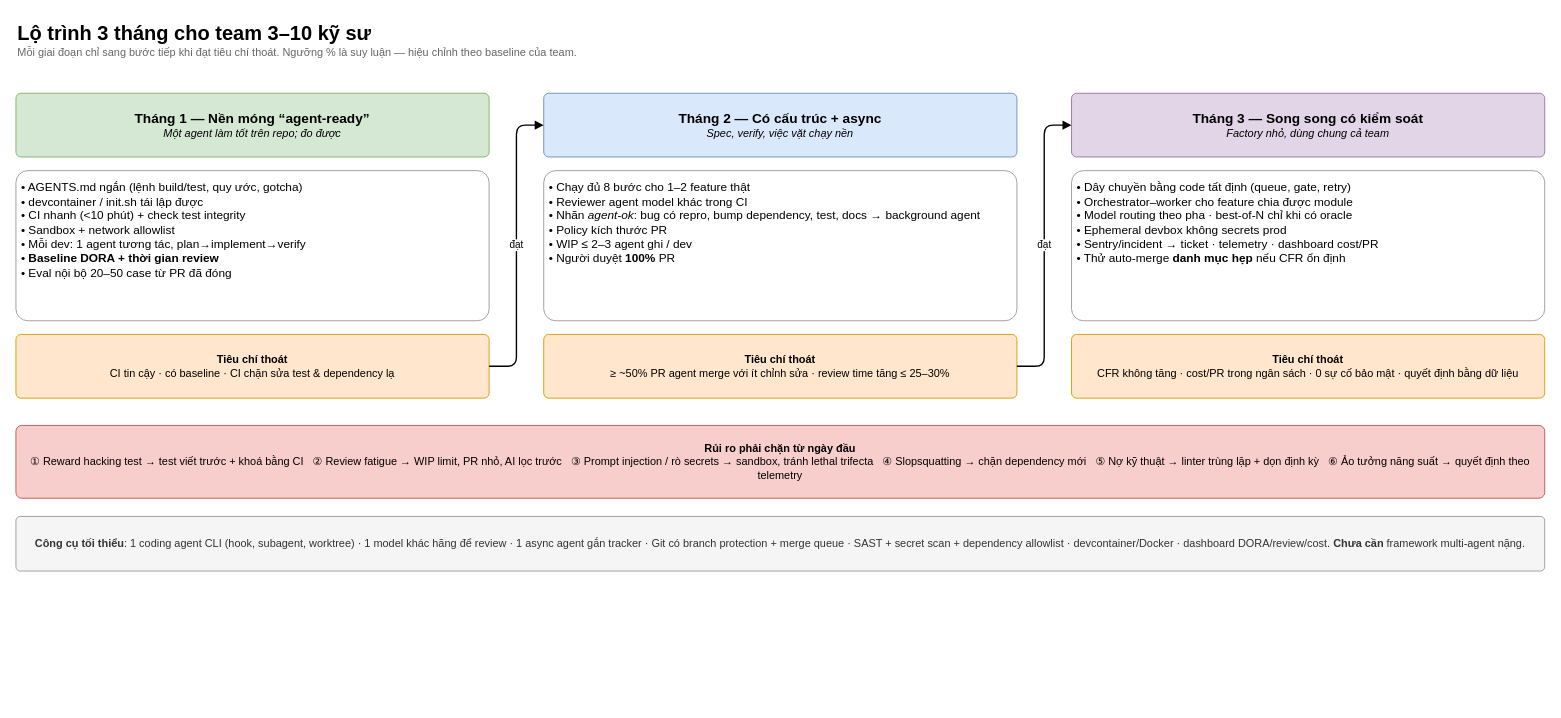
The draw.io diagram page "3. Lộ trình 3 tháng" (3 of 5) of diagrams/software-factory.drawio in tinhthanh/software-factory-research, before the edit. Source tidied: cells renumbered, new cells numbered last; positions are measured from the earlier drawing's top-left corner, leaving out a move shared by most shapes. Both pictures are drawn from the tidied source at 91%, with x=0, y=0 at pixel (15, 15).
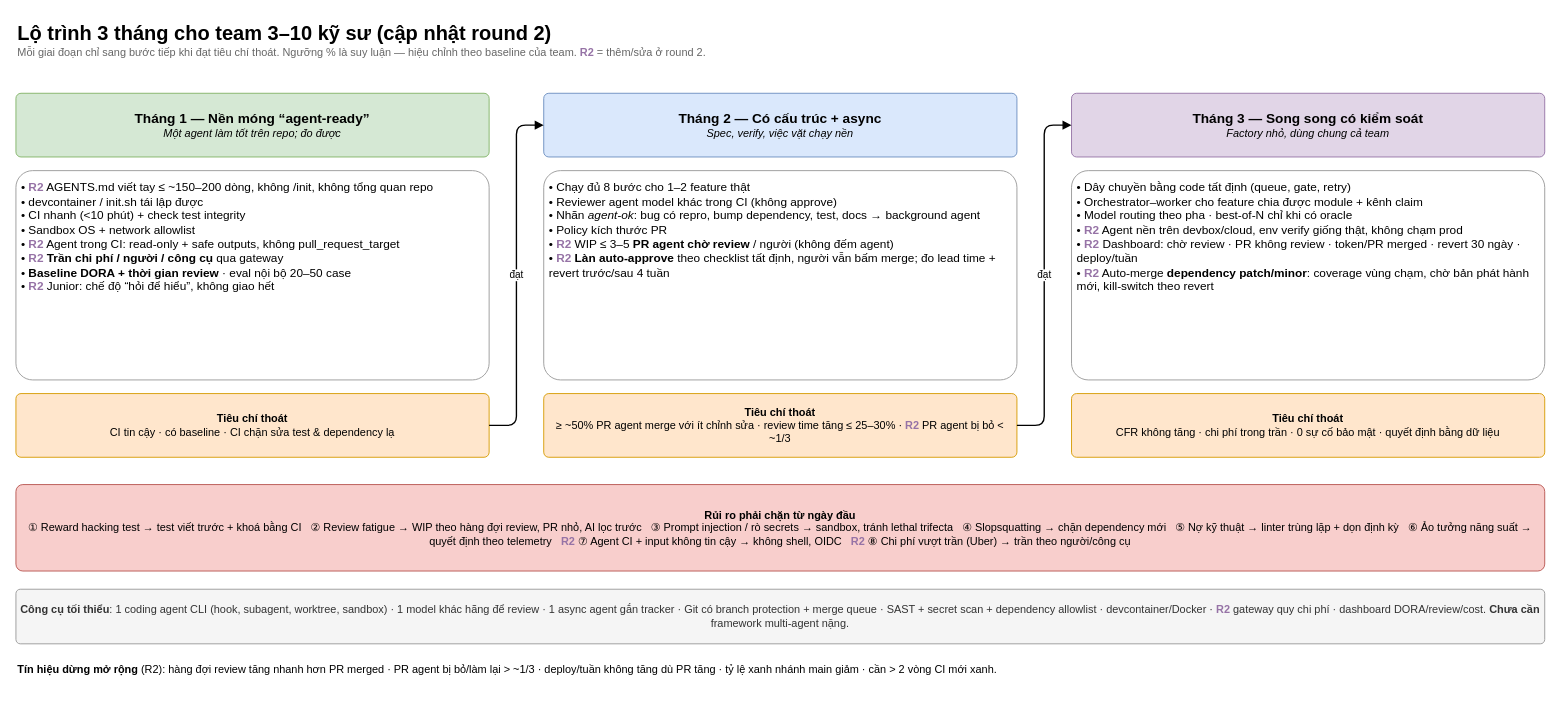
The same page after the edit.

Commit message (it also covers changes not shown here):
docs(diagrams): update draw.io to round 2 findings, add page 5

Unchanged cells that the change refers to:
```xml
<mxCell id="6" value="&lt;b style='font-size:15px'&gt;Tháng 2 — Có cấu trúc + async&lt;/b&gt;&lt;br&gt;&lt;i&gt;Spec, verify, việc vặt chạy nền&lt;/i&gt;" style="rounded=1;whiteSpace=wrap;html=1;arcSize=8;fontSize=12;spacing=6;fillColor=#dae8fc;strokeColor=#6c8ebf;" parent="1" vertex="1">
  <mxGeometry x="580" y="85" width="520" height="70" as="geometry" />
</mxCell>
<mxCell id="10" value="&lt;b style='font-size:15px'&gt;Tháng 3 — Song song có kiểm soát&lt;/b&gt;&lt;br&gt;&lt;i&gt;Factory nhỏ, dùng chung cả team&lt;/i&gt;" style="rounded=1;whiteSpace=wrap;html=1;arcSize=8;fontSize=12;spacing=6;fillColor=#e1d5e7;strokeColor=#9673a6;" parent="1" vertex="1">
  <mxGeometry x="1160" y="85" width="520" height="70" as="geometry" />
</mxCell>
```

Diff of the diagram source:
```diff
@@
-    <mxCell id="2" value="&lt;b style='font-size:22px'&gt;Lộ trình 3 tháng cho team 3–10 kỹ sư&lt;/b&gt;&lt;br&gt;&lt;span style='color:#666'&gt;Mỗi giai đoạn chỉ sang bước tiếp khi đạt tiêu chí thoát. Ngưỡng % là suy luận — hiệu chỉnh theo baseline của team.&lt;/span&gt;" style="text;html=1;whiteSpace=wrap;align=left;verticalAlign=top;fontSize=12;" parent="1" vertex="1">
+    <mxCell id="2" value="&lt;b style='font-size:22px'&gt;Lộ trình 3 tháng cho team 3–10 kỹ sư (cập nhật round 2)&lt;/b&gt;&lt;br&gt;&lt;span style='color:#666'&gt;Mỗi giai đoạn chỉ sang bước tiếp khi đạt tiêu chí thoát. Ngưỡng % là suy luận — hiệu chỉnh theo baseline của team. &lt;b style='color:#9673a6'&gt;R2&lt;/b&gt; = thêm/sửa ở round 2.&lt;/span&gt;" style="text;html=1;whiteSpace=wrap;align=left;verticalAlign=top;fontSize=12;" parent="1" vertex="1">
       <mxGeometry width="1500" height="60" as="geometry" />
     </mxCell>
@@
-    <mxCell id="4" value="&lt;div style='text-align:left'&gt;• AGENTS.md ngắn (lệnh build/test, quy ước, gotcha)&lt;br&gt;• devcontainer / init.sh tái lập được&lt;br&gt;• CI nhanh (&amp;lt;10 phút) + check test integrity&lt;br&gt;• Sandbox + network allowlist&lt;br&gt;• Mỗi dev: 1 agent tương tác, plan→implement→verify&lt;br&gt;• &lt;b&gt;Baseline DORA + thời gian review&lt;/b&gt;&lt;br&gt;• Eval nội bộ 20–50 case từ PR đã đóng&lt;/div&gt;" style="rounded=1;whiteSpace=wrap;html=1;arcSize=8;fontSize=12;spacing=6;fillColor=#ffffff;strokeColor=#999999;align=left;verticalAlign=top;fontSize=13;" parent="1" vertex="1">
-      <mxGeometry y="170" width="520" height="165" as="geometry" />
+    <mxCell id="4" value="&lt;div style='text-align:left'&gt;• &lt;b style='color:#9673a6'&gt;R2&lt;/b&gt; AGENTS.md viết tay ≤ ~150–200 dòng, không /init, không tổng quan repo&lt;br&gt;• devcontainer / init.sh tái lập được&lt;br&gt;• CI nhanh (&amp;lt;10 phút) + check test integrity&lt;br&gt;• Sandbox OS + network allowlist&lt;br&gt;• &lt;b style='color:#9673a6'&gt;R2&lt;/b&gt; Agent trong CI: read-only + safe outputs, không pull_request_target&lt;br&gt;• &lt;b style='color:#9673a6'&gt;R2&lt;/b&gt; &lt;b&gt;Trần chi phí / người / công cụ&lt;/b&gt; qua gateway&lt;br&gt;• &lt;b&gt;Baseline DORA + thời gian review&lt;/b&gt; · eval nội bộ 20–50 case&lt;br&gt;• &lt;b style='color:#9673a6'&gt;R2&lt;/b&gt; Junior: chế độ “hỏi để hiểu”, không giao hết&lt;/div&gt;" style="rounded=1;whiteSpace=wrap;html=1;arcSize=8;fontSize=12;spacing=6;fillColor=#ffffff;strokeColor=#999999;align=left;verticalAlign=top;fontSize=13;" parent="1" vertex="1">
+      <mxGeometry y="170" width="520" height="230" as="geometry" />
     </mxCell>
     <mxCell id="5" value="&lt;b&gt;Tiêu chí thoát&lt;/b&gt;&lt;br&gt;CI tin cậy · có baseline · CI chặn sửa test &amp; dependency lạ" style="rounded=1;whiteSpace=wrap;html=1;arcSize=8;fontSize=12;spacing=6;fillColor=#ffe6cc;strokeColor=#d79b00;" parent="1" vertex="1">
-      <mxGeometry y="350" width="520" height="70" as="geometry" />
+      <mxGeometry y="415" width="520" height="70" as="geometry" />
     </mxCell>
@@
-    <mxCell id="7" value="&lt;div style='text-align:left'&gt;• Chạy đủ 8 bước cho 1–2 feature thật&lt;br&gt;• Reviewer agent model khác trong CI&lt;br&gt;• Nhãn &lt;i&gt;agent-ok&lt;/i&gt;: bug có repro, bump dependency, test, docs → background agent&lt;br&gt;• Policy kích thước PR&lt;br&gt;• WIP ≤ 2–3 agent ghi / dev&lt;br&gt;• Người duyệt &lt;b&gt;100%&lt;/b&gt; PR&lt;/div&gt;" style="rounded=1;whiteSpace=wrap;html=1;arcSize=8;fontSize=12;spacing=6;fillColor=#ffffff;strokeColor=#999999;align=left;verticalAlign=top;fontSize=13;" parent="1" vertex="1">
-      <mxGeometry x="580" y="170" width="520" height="165" as="geometry" />
+    <mxCell id="7" value="&lt;div style='text-align:left'&gt;• Chạy đủ 8 bước cho 1–2 feature thật&lt;br&gt;• Reviewer agent model khác trong CI (không approve)&lt;br&gt;• Nhãn &lt;i&gt;agent-ok&lt;/i&gt;: bug có repro, bump dependency, test, docs → background agent&lt;br&gt;• Policy kích thước PR&lt;br&gt;• &lt;b style='color:#9673a6'&gt;R2&lt;/b&gt; WIP ≤ 3–5 &lt;b&gt;PR agent chờ review&lt;/b&gt; / người (không đếm agent)&lt;br&gt;• &lt;b style='color:#9673a6'&gt;R2&lt;/b&gt; &lt;b&gt;Làn auto-approve&lt;/b&gt; theo checklist tất định, người vẫn bấm merge; đo lead time + revert trước/sau 4 tuần&lt;/div&gt;" style="rounded=1;whiteSpace=wrap;html=1;arcSize=8;fontSize=12;spacing=6;fillColor=#ffffff;strokeColor=#999999;align=left;verticalAlign=top;fontSize=13;" parent="1" vertex="1">
+      <mxGeometry x="580" y="170" width="520" height="230" as="geometry" />
     </mxCell>
-    <mxCell id="8" value="&lt;b&gt;Tiêu chí thoát&lt;/b&gt;&lt;br&gt;≥ ~50% PR agent merge với ít chỉnh sửa · review time tăng ≤ 25–30%" style="rounded=1;whiteSpace=wrap;html=1;arcSize=8;fontSize=12;spacing=6;fillColor=#ffe6cc;strokeColor=#d79b00;" parent="1" vertex="1">
-      <mxGeometry x="580" y="350" width="520" height="70" as="geometry" />
+    <mxCell id="8" value="&lt;b&gt;Tiêu chí thoát&lt;/b&gt;&lt;br&gt;≥ ~50% PR agent merge với ít chỉnh sửa · review time tăng ≤ 25–30% · &lt;b style='color:#9673a6'&gt;R2&lt;/b&gt; PR agent bị bỏ &amp;lt; ~1/3" style="rounded=1;whiteSpace=wrap;html=1;arcSize=8;fontSize=12;spacing=6;fillColor=#ffe6cc;strokeColor=#d79b00;" parent="1" vertex="1">
+      <mxGeometry x="580" y="415" width="520" height="70" as="geometry" />
     </mxCell>
     <mxCell id="9" value="đạt" style="edgeStyle=orthogonalEdgeStyle;rounded=1;html=1;fontSize=11;endArrow=block;endFill=1;strokeWidth=1.5;" parent="1" edge="1" source="5" target="6">
       <mxGeometry relative="1" as="geometry">
         <Array as="points">
-          <mxPoint x="550" y="385" />
+          <mxPoint x="550" y="450" />
           <mxPoint x="550" y="120" />
         </Array>
       </mxGeometry>
     </mxCell>
@@
-    <mxCell id="11" value="&lt;div style='text-align:left'&gt;• Dây chuyền bằng code tất định (queue, gate, retry)&lt;br&gt;• Orchestrator–worker cho feature chia được module&lt;br&gt;• Model routing theo pha · best-of-N chỉ khi có oracle&lt;br&gt;• Ephemeral devbox không secrets prod&lt;br&gt;• Sentry/incident → ticket · telemetry · dashboard cost/PR&lt;br&gt;• Thử auto-merge &lt;b&gt;danh mục hẹp&lt;/b&gt; nếu CFR ổn định&lt;/div&gt;" style="rounded=1;whiteSpace=wrap;html=1;arcSize=8;fontSize=12;spacing=6;fillColor=#ffffff;strokeColor=#999999;align=left;verticalAlign=top;fontSize=13;" parent="1" vertex="1">
-      <mxGeometry x="1160" y="170" width="520" height="165" as="geometry" />
+    <mxCell id="11" value="&lt;div style='text-align:left'&gt;• Dây chuyền bằng code tất định (queue, gate, retry)&lt;br&gt;• Orchestrator–worker cho feature chia được module + kênh claim&lt;br&gt;• Model routing theo pha · best-of-N chỉ khi có oracle&lt;br&gt;• &lt;b style='color:#9673a6'&gt;R2&lt;/b&gt; Agent nền trên devbox/cloud, env verify giống thật, không chạm prod&lt;br&gt;• &lt;b style='color:#9673a6'&gt;R2&lt;/b&gt; Dashboard: chờ review · PR không review · token/PR merged · revert 30 ngày · deploy/tuần&lt;br&gt;• &lt;b style='color:#9673a6'&gt;R2&lt;/b&gt; Auto-merge &lt;b&gt;dependency patch/minor&lt;/b&gt;: coverage vùng chạm, chờ bản phát hành mới, kill-switch theo revert&lt;/div&gt;" style="rounded=1;whiteSpace=wrap;html=1;arcSize=8;fontSize=12;spacing=6;fillColor=#ffffff;strokeColor=#999999;align=left;verticalAlign=top;fontSize=13;" parent="1" vertex="1">
+      <mxGeometry x="1160" y="170" width="520" height="230" as="geometry" />
     </mxCell>
-    <mxCell id="12" value="&lt;b&gt;Tiêu chí thoát&lt;/b&gt;&lt;br&gt;CFR không tăng · cost/PR trong ngân sách · 0 sự cố bảo mật · quyết định bằng dữ liệu" style="rounded=1;whiteSpace=wrap;html=1;arcSize=8;fontSize=12;spacing=6;fillColor=#ffe6cc;strokeColor=#d79b00;" parent="1" vertex="1">
-      <mxGeometry x="1160" y="350" width="520" height="70" as="geometry" />
+    <mxCell id="12" value="&lt;b&gt;Tiêu chí thoát&lt;/b&gt;&lt;br&gt;CFR không tăng · chi phí trong trần · 0 sự cố bảo mật · quyết định bằng dữ liệu" style="rounded=1;whiteSpace=wrap;html=1;arcSize=8;fontSize=12;spacing=6;fillColor=#ffe6cc;strokeColor=#d79b00;" parent="1" vertex="1">
+      <mxGeometry x="1160" y="415" width="520" height="70" as="geometry" />
     </mxCell>
     <mxCell id="13" value="đạt" style="edgeStyle=orthogonalEdgeStyle;rounded=1;html=1;fontSize=11;endArrow=block;endFill=1;strokeWidth=1.5;" parent="1" edge="1" source="8" target="10">
       <mxGeometry relative="1" as="geometry">
         <Array as="points">
-          <mxPoint x="1130" y="385" />
+          <mxPoint x="1130" y="450" />
           <mxPoint x="1130" y="120" />
         </Array>
       </mxGeometry>
     </mxCell>
-    <mxCell id="14" value="&lt;b&gt;Rủi ro phải chặn từ ngày đầu&lt;/b&gt;&lt;br&gt;① Reward hacking test → test viết trước + khoá bằng CI &amp;nbsp; ② Review fatigue → WIP limit, PR nhỏ, AI lọc trước &amp;nbsp; ③ Prompt injection / rò secrets → sandbox, tránh lethal trifecta &amp;nbsp; ④ Slopsquatting → chặn dependency mới &amp;nbsp; ⑤ Nợ kỹ thuật → linter trùng lặp + dọn định kỳ &amp;nbsp; ⑥ Ảo tưởng năng suất → quyết định theo telemetry" style="rounded=1;whiteSpace=wrap;html=1;arcSize=8;fontSize=12;spacing=6;fillColor=#f8cecc;strokeColor=#b85450;" parent="1" vertex="1">
-      <mxGeometry y="450" width="1680" height="80" as="geometry" />
+    <mxCell id="14" value="&lt;b&gt;Rủi ro phải chặn từ ngày đầu&lt;/b&gt;&lt;br&gt;① Reward hacking test → test viết trước + khoá bằng CI &amp;nbsp; ② Review fatigue → WIP theo hàng đợi review, PR nhỏ, AI lọc trước &amp;nbsp; ③ Prompt injection / rò secrets → sandbox, tránh lethal trifecta &amp;nbsp; ④ Slopsquatting → chặn dependency mới &amp;nbsp; ⑤ Nợ kỹ thuật → linter trùng lặp + dọn định kỳ &amp;nbsp; ⑥ Ảo tưởng năng suất → quyết định theo telemetry &amp;nbsp; &lt;b style='color:#9673a6'&gt;R2&lt;/b&gt; ⑦ Agent CI + input không tin cậy → không shell, OIDC &amp;nbsp; &lt;b style='color:#9673a6'&gt;R2&lt;/b&gt; ⑧ Chi phí vượt trần (Uber) → trần theo người/công cụ" style="rounded=1;whiteSpace=wrap;html=1;arcSize=8;fontSize=12;spacing=6;fillColor=#f8cecc;strokeColor=#b85450;" parent="1" vertex="1">
+      <mxGeometry y="515" width="1680" height="95" as="geometry" />
     </mxCell>
-    <mxCell id="15" value="&lt;b&gt;Công cụ tối thiểu&lt;/b&gt;: 1 coding agent CLI (hook, subagent, worktree) · 1 model khác hãng để review · 1 async agent gắn tracker · Git có branch protection + merge queue · SAST + secret scan + dependency allowlist · devcontainer/Docker · dashboard DORA/review/cost. &lt;b&gt;Chưa cần&lt;/b&gt; framework multi-agent nặng." style="rounded=1;whiteSpace=wrap;html=1;arcSize=8;fontSize=12;spacing=6;fillColor=#f5f5f5;strokeColor=#999999;fontColor=#333333;" parent="1" vertex="1">
-      <mxGeometry y="550" width="1680" height="60" as="geometry" />
+    <mxCell id="15" value="&lt;b&gt;Công cụ tối thiểu&lt;/b&gt;: 1 coding agent CLI (hook, subagent, worktree, sandbox) · 1 model khác hãng để review · 1 async agent gắn tracker · Git có branch protection + merge queue · SAST + secret scan + dependency allowlist · devcontainer/Docker · &lt;b style='color:#9673a6'&gt;R2&lt;/b&gt; gateway quy chi phí · dashboard DORA/review/cost. &lt;b&gt;Chưa cần&lt;/b&gt; framework multi-agent nặng." style="rounded=1;whiteSpace=wrap;html=1;arcSize=8;fontSize=12;spacing=6;fillColor=#f5f5f5;strokeColor=#999999;fontColor=#333333;" parent="1" vertex="1">
+      <mxGeometry y="630" width="1680" height="60" as="geometry" />
     </mxCell>
+    <mxCell id="16" value="&lt;b&gt;Tín hiệu dừng mở rộng&lt;/b&gt; (R2): hàng đợi review tăng nhanh hơn PR merged · PR agent bị bỏ/làm lại &amp;gt; ~1/3 · deploy/tuần không tăng dù PR tăng · tỷ lệ xanh nhánh main giảm · cần &amp;gt; 2 vòng CI mới xanh." style="text;html=1;whiteSpace=wrap;align=left;verticalAlign=top;fontSize=12;" parent="1" vertex="1">
+      <mxGeometry y="705" width="1680" height="50" as="geometry" />
+    </mxCell>
```
